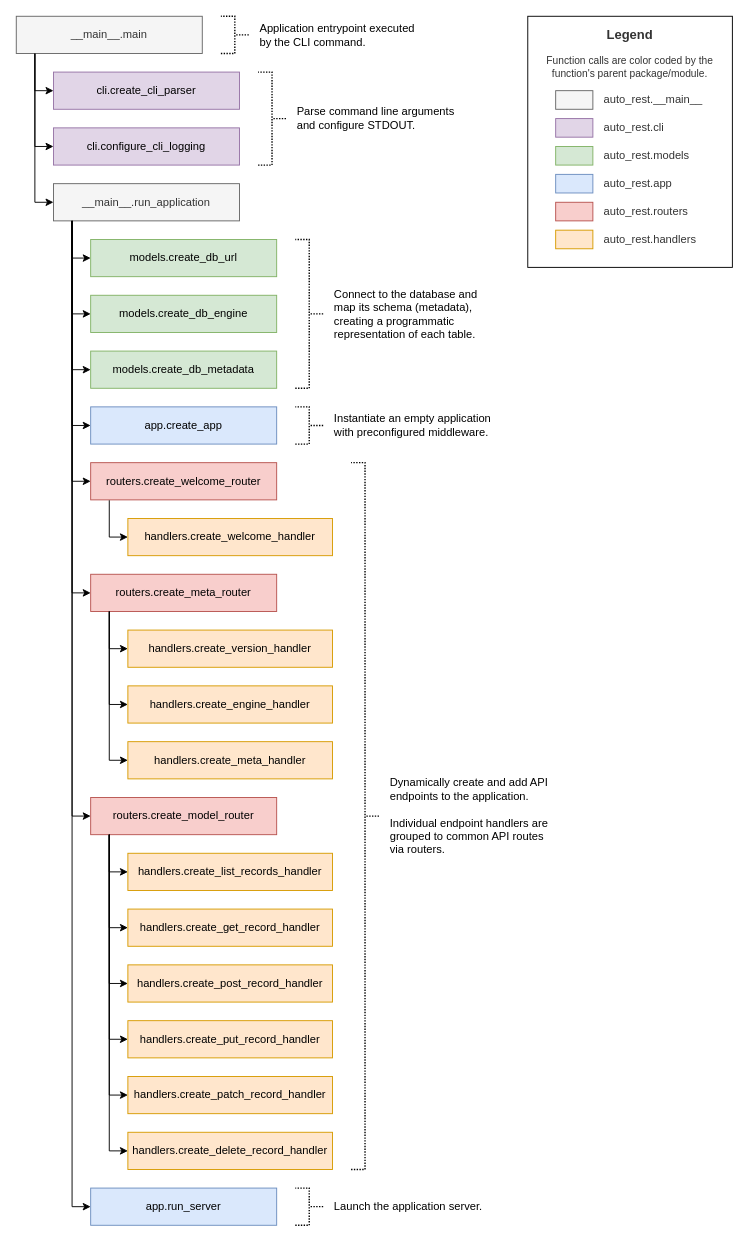
The draw.io diagram page "call_flow" (1 of 2) of docs/_static/img/architecture.drawio in Better-HPC/auto-rest, before the edit. Source tidied: cells renumbered, new cells numbered last; positions are measured from the earlier drawing's top-left corner, leaving out a move shared by most shapes. Both pictures are drawn from the tidied source at 93%, with x=0, y=0 at pixel (16, 16).
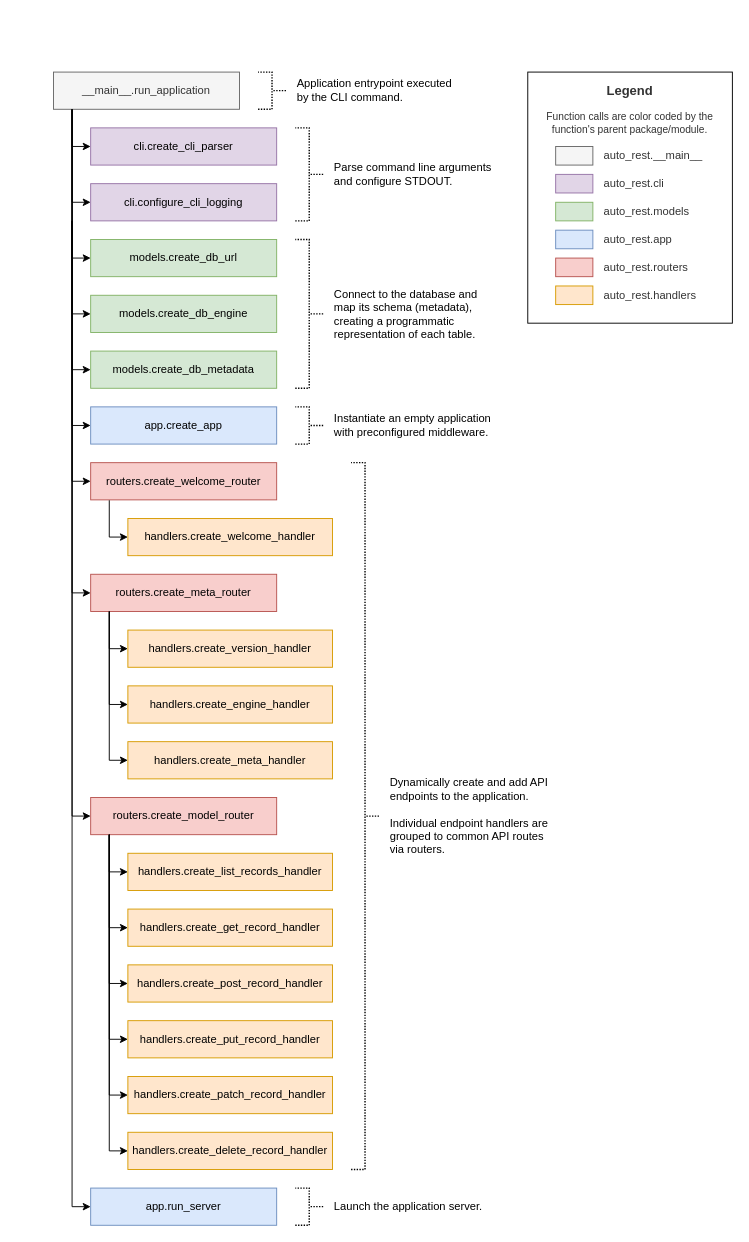
After the change.

Change to the diagram source:
```diff
@@
     <mxCell id="2" style="edgeStyle=orthogonalEdgeStyle;rounded=0;jettySize=auto;html=1;entryX=0;entryY=0.5;entryDx=0;entryDy=0;" parent="1" edge="1" target="6">
       <mxGeometry relative="1" as="geometry">
-        <mxPoint x="20" y="40" as="sourcePoint" />
+        <mxPoint x="60" y="100" as="sourcePoint" />
         <Array as="points">
-          <mxPoint x="20" y="80" />
+          <mxPoint x="60" y="140" />
         </Array>
       </mxGeometry>
     </mxCell>
-    <mxCell id="3" value="__main__.main" style="rounded=0;whiteSpace=wrap;html=1;fillColor=#f5f5f5;strokeColor=#666666;fontColor=#333333;" parent="1" vertex="1">
-      <mxGeometry width="200" height="40" as="geometry" />
-    </mxCell>
     <mxCell id="4" value="__main__.run_application" style="whiteSpace=wrap;html=1;rounded=0;fillColor=#f5f5f5;strokeColor=#666666;fontColor=#333333;" parent="1" vertex="1">
-      <mxGeometry x="40" y="180" width="200" height="40" as="geometry" />
+      <mxGeometry x="40" y="60" width="200" height="40" as="geometry" />
     </mxCell>
     <mxCell id="5" value="cli.configure_cli_logging" style="whiteSpace=wrap;html=1;rounded=0;fillColor=#e1d5e7;strokeColor=#9673a6;" parent="1" vertex="1">
-      <mxGeometry x="40" y="120" width="200" height="40" as="geometry" />
+      <mxGeometry x="80" y="180" width="200" height="40" as="geometry" />
     </mxCell>
     <mxCell id="6" value="cli.create_cli_parser" style="whiteSpace=wrap;html=1;rounded=0;fillColor=#e1d5e7;strokeColor=#9673a6;" parent="1" vertex="1">
-      <mxGeometry x="40" y="60" width="200" height="40" as="geometry" />
+      <mxGeometry x="80" y="120" width="200" height="40" as="geometry" />
     </mxCell>
-    <mxCell id="7" style="edgeStyle=orthogonalEdgeStyle;rounded=0;jettySize=auto;html=1;entryX=0;entryY=0.5;entryDx=0;entryDy=0;" parent="1" edge="1" target="4">
-      <mxGeometry relative="1" as="geometry">
-        <mxPoint x="20" y="40" as="sourcePoint" />
-        <Array as="points">
-          <mxPoint x="20" y="200" />
-        </Array>
-      </mxGeometry>
-    </mxCell>
@@
     <mxCell id="18" style="strokeWidth=1.5;html=1;shape=mxgraph.flowchart.annotation_2;align=left;labelPosition=right;rotation=-180;strokeColor=#000000;fontColor=#333333;dashed=1;dashPattern=1 1;" parent="1" vertex="1">
-      <mxGeometry x="260" y="60" width="30" height="100" as="geometry" />
+      <mxGeometry x="300" y="120" width="30" height="100" as="geometry" />
     </mxCell>
     <mxCell id="19" value="Parse command line arguments and configure STDOUT." style="text;html=1;align=left;verticalAlign=middle;whiteSpace=wrap;rounded=0;fontColor=#000000;" parent="1" vertex="1">
-      <mxGeometry x="300" y="80" width="180" height="60" as="geometry" />
+      <mxGeometry x="340" y="140" width="180" height="60" as="geometry" />
     </mxCell>
@@
     <mxCell id="30" style="edgeStyle=orthogonalEdgeStyle;rounded=0;jettySize=auto;html=1;entryX=0;entryY=0.5;entryDx=0;entryDy=0;" parent="1" edge="1" target="5">
       <mxGeometry relative="1" as="geometry">
-        <mxPoint x="20" y="40" as="sourcePoint" />
+        <mxPoint x="60" y="100" as="sourcePoint" />
         <Array as="points">
-          <mxPoint x="20" y="140" />
+          <mxPoint x="60" y="200" />
         </Array>
       </mxGeometry>
     </mxCell>
@@
     <mxCell id="33" style="strokeWidth=1.5;html=1;shape=mxgraph.flowchart.annotation_2;align=left;labelPosition=right;rotation=-180;strokeColor=#000000;fontColor=#333333;dashed=1;dashPattern=1 1;" parent="1" vertex="1">
-      <mxGeometry x="220" width="30" height="40" as="geometry" />
+      <mxGeometry x="260" y="60" width="30" height="40" as="geometry" />
     </mxCell>
     <mxCell id="34" value="Application entrypoint executed by the CLI command." style="text;html=1;align=left;verticalAlign=middle;whiteSpace=wrap;rounded=0;fontColor=#000000;" parent="1" vertex="1">
-      <mxGeometry x="260" width="180" height="40" as="geometry" />
+      <mxGeometry x="300" y="60" width="180" height="40" as="geometry" />
     </mxCell>
@@
     <mxCell id="44" style="rounded=0;whiteSpace=wrap;html=1;" parent="1" vertex="1">
-      <mxGeometry x="550" width="220" height="270" as="geometry" />
+      <mxGeometry x="550" y="60" width="220" height="270" as="geometry" />
     </mxCell>
     <mxCell id="45" style="rounded=0;whiteSpace=wrap;html=1;fillColor=#f5f5f5;strokeColor=#666666;fontColor=#333333;" parent="1" vertex="1">
-      <mxGeometry x="580" y="80" width="40" height="20" as="geometry" />
+      <mxGeometry x="580" y="140" width="40" height="20" as="geometry" />
     </mxCell>
     <mxCell id="46" style="rounded=0;whiteSpace=wrap;html=1;fillColor=#e1d5e7;strokeColor=#9673a6;" parent="1" vertex="1">
-      <mxGeometry x="580" y="110" width="40" height="20" as="geometry" />
+      <mxGeometry x="580" y="170" width="40" height="20" as="geometry" />
     </mxCell>
     <mxCell id="47" style="rounded=0;whiteSpace=wrap;html=1;fillColor=#d5e8d4;strokeColor=#82b366;" parent="1" vertex="1">
-      <mxGeometry x="580" y="140" width="40" height="20" as="geometry" />
+      <mxGeometry x="580" y="200" width="40" height="20" as="geometry" />
     </mxCell>
     <mxCell id="48" style="rounded=0;whiteSpace=wrap;html=1;fillColor=#dae8fc;strokeColor=#6c8ebf;" parent="1" vertex="1">
-      <mxGeometry x="580" y="170" width="40" height="20" as="geometry" />
+      <mxGeometry x="580" y="230" width="40" height="20" as="geometry" />
     </mxCell>
     <mxCell id="49" value="auto_rest.__main__" style="text;html=1;align=left;verticalAlign=middle;whiteSpace=wrap;rounded=0;fontColor=#333333;" parent="1" vertex="1">
-      <mxGeometry x="630" y="80" width="120" height="20" as="geometry" />
+      <mxGeometry x="630" y="140" width="120" height="20" as="geometry" />
     </mxCell>
     <mxCell id="50" value="auto_rest.cli" style="text;html=1;align=left;verticalAlign=middle;whiteSpace=wrap;rounded=0;fontColor=#333333;" parent="1" vertex="1">
-      <mxGeometry x="630" y="110" width="120" height="20" as="geometry" />
+      <mxGeometry x="630" y="170" width="120" height="20" as="geometry" />
     </mxCell>
     <mxCell id="51" value="auto_rest.models" style="text;html=1;align=left;verticalAlign=middle;whiteSpace=wrap;rounded=0;fontColor=#333333;" parent="1" vertex="1">
-      <mxGeometry x="630" y="140" width="120" height="20" as="geometry" />
+      <mxGeometry x="630" y="200" width="120" height="20" as="geometry" />
     </mxCell>
     <mxCell id="52" value="auto_rest.app" style="text;html=1;align=left;verticalAlign=middle;whiteSpace=wrap;rounded=0;fontColor=#333333;" parent="1" vertex="1">
-      <mxGeometry x="630" y="170" width="120" height="20" as="geometry" />
+      <mxGeometry x="630" y="230" width="120" height="20" as="geometry" />
     </mxCell>
     <mxCell id="53" style="rounded=0;whiteSpace=wrap;html=1;fillColor=#f8cecc;strokeColor=#b85450;" parent="1" vertex="1">
-      <mxGeometry x="580" y="200" width="40" height="20" as="geometry" />
+      <mxGeometry x="580" y="260" width="40" height="20" as="geometry" />
     </mxCell>
     <mxCell id="54" value="auto_rest.routers" style="text;html=1;align=left;verticalAlign=middle;whiteSpace=wrap;rounded=0;fontColor=#333333;" parent="1" vertex="1">
-      <mxGeometry x="630" y="200" width="120" height="20" as="geometry" />
+      <mxGeometry x="630" y="260" width="120" height="20" as="geometry" />
     </mxCell>
     <mxCell id="55" style="rounded=0;whiteSpace=wrap;html=1;fillColor=#ffe6cc;strokeColor=#d79b00;" parent="1" vertex="1">
-      <mxGeometry x="580" y="230" width="40" height="20" as="geometry" />
+      <mxGeometry x="580" y="290" width="40" height="20" as="geometry" />
     </mxCell>
     <mxCell id="56" value="&lt;div&gt;auto_rest.handlers&lt;/div&gt;" style="text;html=1;align=left;verticalAlign=middle;whiteSpace=wrap;rounded=0;fontColor=#333333;" parent="1" vertex="1">
-      <mxGeometry x="630" y="230" width="120" height="20" as="geometry" />
+      <mxGeometry x="630" y="290" width="120" height="20" as="geometry" />
     </mxCell>
     <mxCell id="57" value="&lt;div align=&quot;center&quot;&gt;&lt;b&gt;Legend&lt;/b&gt;&lt;/div&gt;" style="text;html=1;align=center;verticalAlign=middle;whiteSpace=wrap;rounded=0;fontColor=#333333;fontSize=14;" parent="1" vertex="1">
-      <mxGeometry x="600" y="10" width="120" height="20" as="geometry" />
+      <mxGeometry x="600" y="70" width="120" height="20" as="geometry" />
     </mxCell>
@@
     <mxCell id="68" value="&lt;div align=&quot;center&quot;&gt;&lt;font&gt;Function calls are color coded by the function's parent package/module.&lt;/font&gt;&lt;/div&gt;" style="text;html=1;align=center;verticalAlign=middle;whiteSpace=wrap;rounded=0;fontColor=#333333;fontSize=11;" parent="1" vertex="1">
-      <mxGeometry x="560" y="40" width="200" height="30" as="geometry" />
+      <mxGeometry x="560" y="100" width="200" height="30" as="geometry" />
     </mxCell>
```
